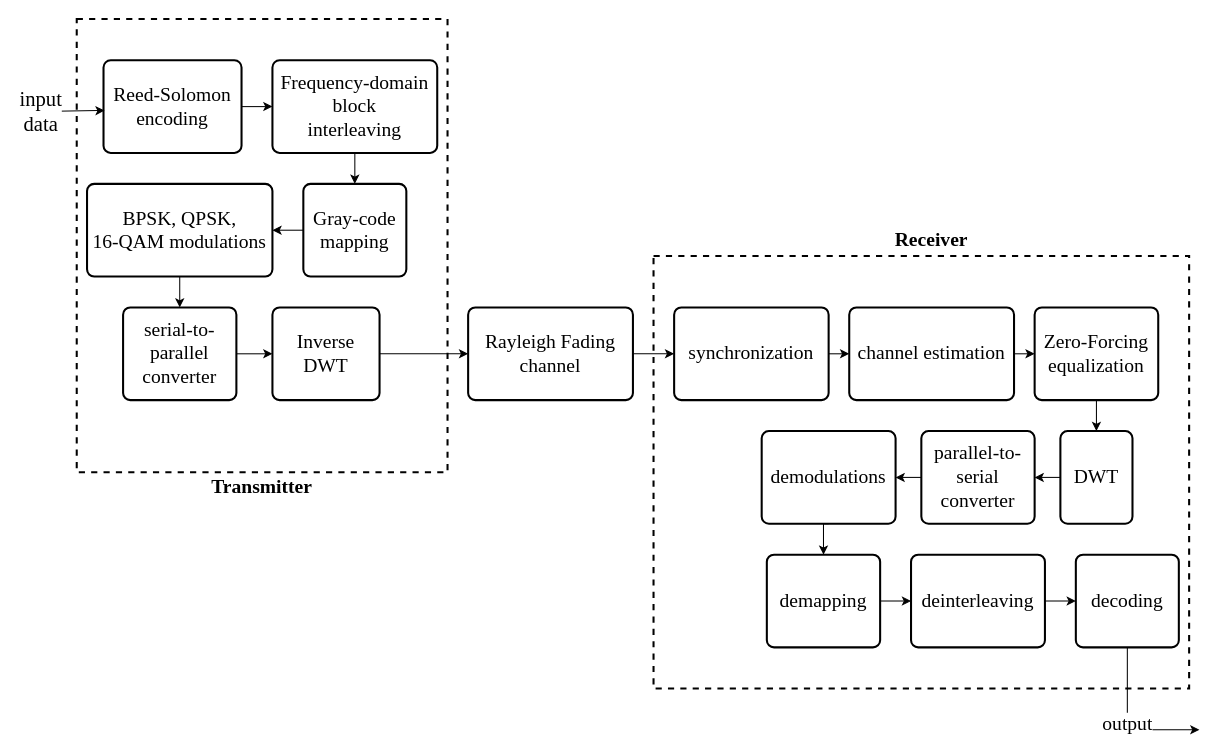
Earlier version of the draw.io diagram page "entire" (6 of 14) of mod.drawio (troders34/research). Source tidied: cells renumbered, new cells numbered last; positions are measured from the earlier drawing's top-left corner, leaving out a move shared by most shapes. Both pictures are drawn from the tidied source at 103%, with x=0, y=0 at pixel (25, 19).
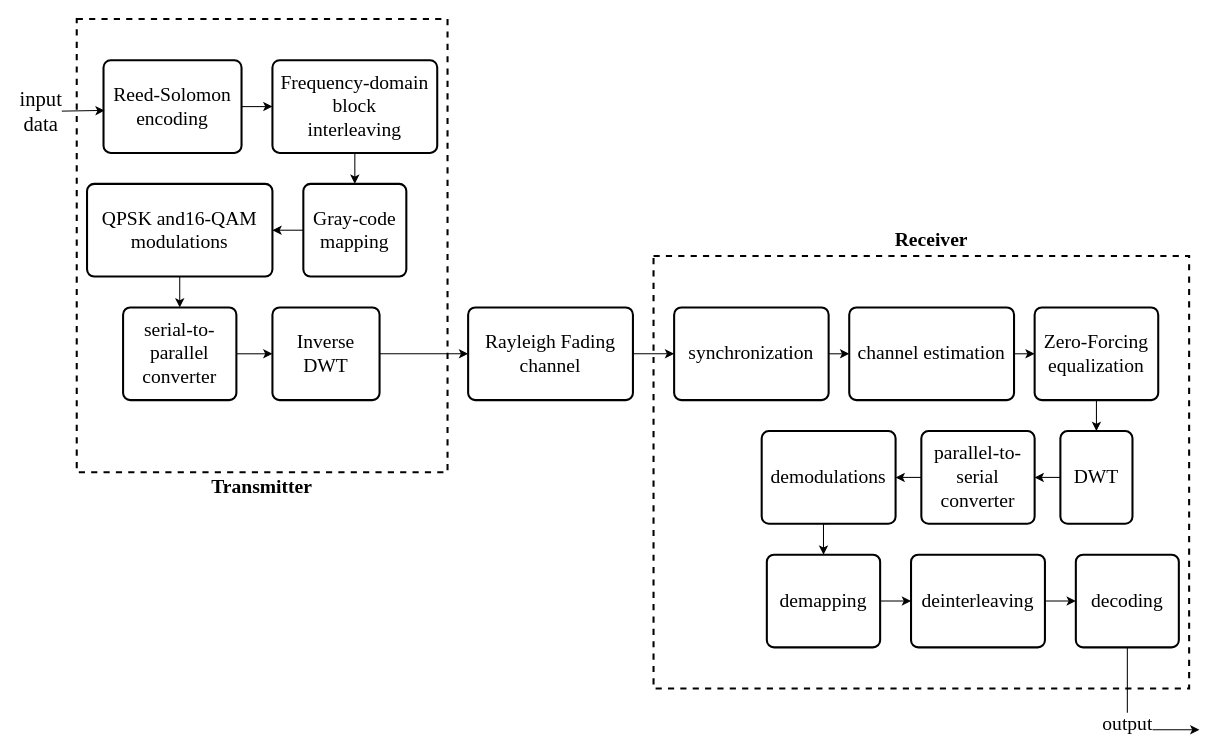
The same page after the edit.

What changed in the source:
```diff
@@
-    <mxCell id="11" value="&lt;div&gt;BPSK, QPSK,&lt;/div&gt;&lt;div&gt;16-QAM&amp;nbsp;&lt;span style=&quot;background-color: transparent; color: light-dark(rgb(0, 0, 0), rgb(255, 255, 255));&quot;&gt;modulations&lt;/span&gt;&lt;/div&gt;" style="rounded=1;whiteSpace=wrap;html=1;absoluteArcSize=1;arcSize=14;strokeWidth=2;fontFamily=Times New Roman;fontSize=19;" parent="1" vertex="1">
+    <mxCell id="11" value="&lt;div&gt;QPSK and&lt;span style=&quot;background-color: transparent; color: light-dark(rgb(0, 0, 0), rgb(255, 255, 255));&quot;&gt;16-QAM&lt;/span&gt;&lt;/div&gt;&lt;div&gt;&lt;span style=&quot;background-color: transparent; color: light-dark(rgb(0, 0, 0), rgb(255, 255, 255));&quot;&gt;modulations&lt;/span&gt;&lt;/div&gt;" style="rounded=1;whiteSpace=wrap;html=1;absoluteArcSize=1;arcSize=14;strokeWidth=2;fontFamily=Times New Roman;fontSize=19;" parent="1" vertex="1">
       <mxGeometry x="60" y="160" width="180" height="90" as="geometry" />
     </mxCell>
```
